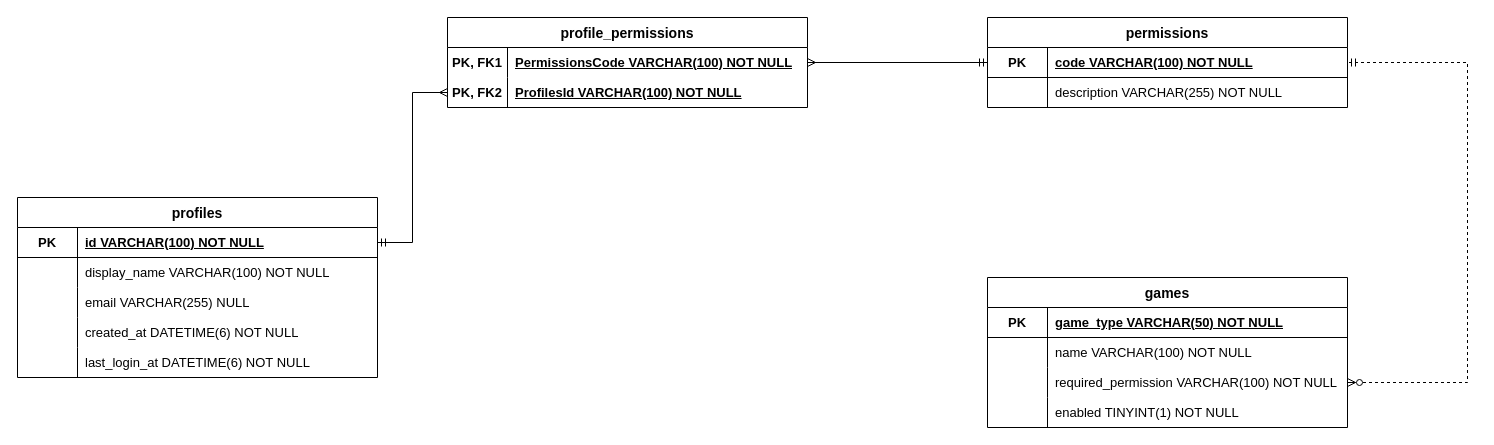
OAiza/battlehub-profile-service keeps this draw.io diagram as docs/diagramas/DiagramaER.drawio. Above is the earlier version. Source tidied: cells renumbered, new cells numbered last; positions are measured from the earlier drawing's top-left corner, leaving out a move shared by most shapes. Both pictures are drawn from the tidied source at 100%, with x=0, y=0 at pixel (17, 17).
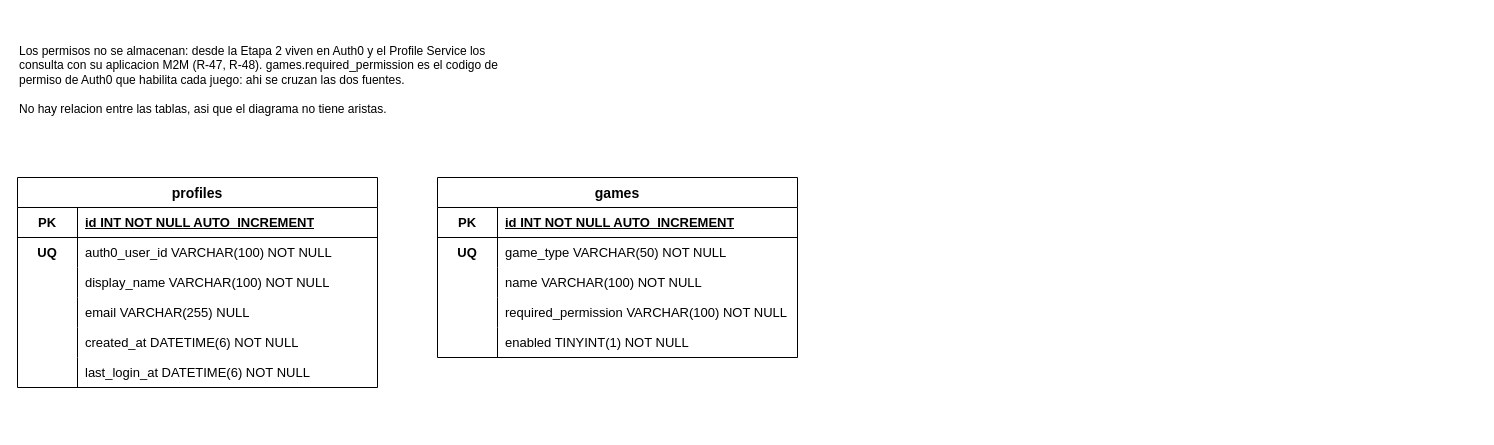
The same page after the edit.

The edit, as a diff of the source:
```diff
@@
+    <mxCell id="48" value="Los permisos no se almacenan: desde la Etapa 2 viven en Auth0 y el Profile Service los&#10;consulta con su aplicacion M2M (R-47, R-48). games.required_permission es el codigo de&#10;permiso de Auth0 que habilita cada juego: ahi se cruzan las dos fuentes.&#10;&#10;No hay relacion entre las tablas, asi que el diagrama no tiene aristas." style="text;html=1;align=left;verticalAlign=top;whiteSpace=wrap;fontSize=12;" parent="1" vertex="1">
+      <mxGeometry y="20" width="740" height="110" as="geometry" />
+    </mxCell>
     <mxCell id="2" value="profiles" style="shape=table;startSize=30;childLayout=tableLayout;rowLines=0;fontStyle=1;align=center;strokeColor=default;fontSize=14;" parent="1" vertex="1">
-      <mxGeometry y="180" width="360" height="180" as="geometry" />
+      <mxGeometry y="160" width="360" height="210" as="geometry" />
     </mxCell>
-    <mxCell id="3" style="shape=tableRow;horizontal=0;startSize=0;swimlaneHead=0;swimlaneBody=0;fillColor=none;points=[[0,0.5],[1,0.5]];portConstraint=eastwest;top=0;left=0;right=0;bottom=1;strokeColor=inherit;fontSize=14;" parent="2" vertex="1">
-      <mxGeometry y="30" width="360" height="30" as="geometry" />
-    </mxCell>
-    <mxCell id="4" value="PK" style="shape=partialRectangle;fillColor=none;top=0;left=0;bottom=0;right=0;fontStyle=1;overflow=hidden;whiteSpace=wrap;html=1;fontSize=13;" parent="3" vertex="1">
-      <mxGeometry width="60" height="30" as="geometry" />
-    </mxCell>
-    <mxCell id="5" value="id VARCHAR(100) NOT NULL" style="shape=partialRectangle;fillColor=none;top=0;left=0;bottom=0;right=0;align=left;spacingLeft=6;fontStyle=5;overflow=hidden;whiteSpace=wrap;html=1;fontSize=13;" parent="3" vertex="1">
-      <mxGeometry x="60" width="300" height="30" as="geometry" />
-    </mxCell>
-    <mxCell id="6" style="shape=tableRow;horizontal=0;startSize=0;swimlaneHead=0;swimlaneBody=0;fillColor=none;top=0;left=0;right=0;bottom=0;strokeColor=inherit;fontSize=14;" parent="2" vertex="1">
-      <mxGeometry y="60" width="360" height="30" as="geometry" />
-    </mxCell>
-    <mxCell id="7" style="shape=partialRectangle;fillColor=none;top=0;left=0;bottom=0;right=0;fontStyle=0;overflow=hidden;whiteSpace=wrap;html=1;fontSize=13;" parent="6" vertex="1">
-      <mxGeometry width="60" height="30" as="geometry" />
-    </mxCell>
+    <mxCell id="49" style="shape=tableRow;horizontal=0;startSize=0;swimlaneHead=0;swimlaneBody=0;fillColor=none;top=0;left=0;right=0;bottom=1;strokeColor=inherit;fontSize=14;" parent="2" vertex="1">
+      <mxGeometry y="30" width="360" height="30" as="geometry" />
+    </mxCell>
+    <mxCell id="50" value="PK" style="shape=partialRectangle;fillColor=none;top=0;left=0;bottom=0;right=0;fontStyle=1;overflow=hidden;whiteSpace=wrap;html=1;fontSize=13;" parent="49" vertex="1">
+      <mxGeometry width="60" height="30" as="geometry" />
+    </mxCell>
+    <mxCell id="51" value="id INT NOT NULL AUTO_INCREMENT" style="shape=partialRectangle;fillColor=none;top=0;left=0;bottom=0;right=0;align=left;spacingLeft=6;fontStyle=5;overflow=hidden;whiteSpace=wrap;html=1;fontSize=13;" parent="49" vertex="1">
+      <mxGeometry x="60" width="300" height="30" as="geometry" />
+    </mxCell>
+    <mxCell id="52" style="shape=tableRow;horizontal=0;startSize=0;swimlaneHead=0;swimlaneBody=0;fillColor=none;top=0;left=0;right=0;bottom=0;strokeColor=inherit;fontSize=14;" parent="2" vertex="1">
+      <mxGeometry y="60" width="360" height="30" as="geometry" />
+    </mxCell>
+    <mxCell id="53" value="UQ" style="shape=partialRectangle;fillColor=none;top=0;left=0;bottom=0;right=0;fontStyle=1;overflow=hidden;whiteSpace=wrap;html=1;fontSize=13;" parent="52" vertex="1">
+      <mxGeometry width="60" height="30" as="geometry" />
+    </mxCell>
+    <mxCell id="54" value="auth0_user_id VARCHAR(100) NOT NULL" style="shape=partialRectangle;fillColor=none;top=0;left=0;bottom=0;right=0;align=left;spacingLeft=6;fontStyle=0;overflow=hidden;whiteSpace=wrap;html=1;fontSize=13;" parent="52" vertex="1">
+      <mxGeometry x="60" width="300" height="30" as="geometry" />
+    </mxCell>
+    <mxCell id="55" style="shape=tableRow;horizontal=0;startSize=0;swimlaneHead=0;swimlaneBody=0;fillColor=none;top=0;left=0;right=0;bottom=0;strokeColor=inherit;fontSize=14;" parent="2" vertex="1">
+      <mxGeometry y="90" width="360" height="30" as="geometry" />
+    </mxCell>
+    <mxCell id="56" style="shape=partialRectangle;fillColor=none;top=0;left=0;bottom=0;right=0;fontStyle=0;overflow=hidden;whiteSpace=wrap;html=1;fontSize=13;" parent="55" vertex="1">
+      <mxGeometry width="60" height="30" as="geometry" />
+    </mxCell>
-    <mxCell id="8" value="display_name VARCHAR(100) NOT NULL" style="shape=partialRectangle;fillColor=none;top=0;left=0;bottom=0;right=0;align=left;spacingLeft=6;fontStyle=0;overflow=hidden;whiteSpace=wrap;html=1;fontSize=13;" parent="6" vertex="1">
+    <mxCell id="8" value="display_name VARCHAR(100) NOT NULL" style="shape=partialRectangle;fillColor=none;top=0;left=0;bottom=0;right=0;align=left;spacingLeft=6;fontStyle=0;overflow=hidden;whiteSpace=wrap;html=1;fontSize=13;" parent="55" vertex="1">
       <mxGeometry x="60" width="300" height="30" as="geometry" />
     </mxCell>
-    <mxCell id="9" style="shape=tableRow;horizontal=0;startSize=0;swimlaneHead=0;swimlaneBody=0;fillColor=none;top=0;left=0;right=0;bottom=0;strokeColor=inherit;fontSize=14;" parent="2" vertex="1">
-      <mxGeometry y="90" width="360" height="30" as="geometry" />
-    </mxCell>
-    <mxCell id="10" style="shape=partialRectangle;fillColor=none;top=0;left=0;bottom=0;right=0;fontStyle=0;overflow=hidden;whiteSpace=wrap;html=1;fontSize=13;" parent="9" vertex="1">
-      <mxGeometry width="60" height="30" as="geometry" />
-    </mxCell>
+    <mxCell id="57" style="shape=tableRow;horizontal=0;startSize=0;swimlaneHead=0;swimlaneBody=0;fillColor=none;top=0;left=0;right=0;bottom=0;strokeColor=inherit;fontSize=14;" parent="2" vertex="1">
+      <mxGeometry y="120" width="360" height="30" as="geometry" />
+    </mxCell>
+    <mxCell id="58" style="shape=partialRectangle;fillColor=none;top=0;left=0;bottom=0;right=0;fontStyle=0;overflow=hidden;whiteSpace=wrap;html=1;fontSize=13;" parent="57" vertex="1">
+      <mxGeometry width="60" height="30" as="geometry" />
+    </mxCell>
-    <mxCell id="11" value="email VARCHAR(255) NULL" style="shape=partialRectangle;fillColor=none;top=0;left=0;bottom=0;right=0;align=left;spacingLeft=6;fontStyle=0;overflow=hidden;whiteSpace=wrap;html=1;fontSize=13;" parent="9" vertex="1">
+    <mxCell id="11" value="email VARCHAR(255) NULL" style="shape=partialRectangle;fillColor=none;top=0;left=0;bottom=0;right=0;align=left;spacingLeft=6;fontStyle=0;overflow=hidden;whiteSpace=wrap;html=1;fontSize=13;" parent="57" vertex="1">
       <mxGeometry x="60" width="300" height="30" as="geometry" />
     </mxCell>
-    <mxCell id="12" style="shape=tableRow;horizontal=0;startSize=0;swimlaneHead=0;swimlaneBody=0;fillColor=none;top=0;left=0;right=0;bottom=0;strokeColor=inherit;fontSize=14;" parent="2" vertex="1">
-      <mxGeometry y="120" width="360" height="30" as="geometry" />
-    </mxCell>
-    <mxCell id="13" style="shape=partialRectangle;fillColor=none;top=0;left=0;bottom=0;right=0;fontStyle=0;overflow=hidden;whiteSpace=wrap;html=1;fontSize=13;" parent="12" vertex="1">
-      <mxGeometry width="60" height="30" as="geometry" />
-    </mxCell>
+    <mxCell id="59" style="shape=tableRow;horizontal=0;startSize=0;swimlaneHead=0;swimlaneBody=0;fillColor=none;top=0;left=0;right=0;bottom=0;strokeColor=inherit;fontSize=14;" parent="2" vertex="1">
+      <mxGeometry y="150" width="360" height="30" as="geometry" />
+    </mxCell>
+    <mxCell id="60" style="shape=partialRectangle;fillColor=none;top=0;left=0;bottom=0;right=0;fontStyle=0;overflow=hidden;whiteSpace=wrap;html=1;fontSize=13;" parent="59" vertex="1">
+      <mxGeometry width="60" height="30" as="geometry" />
+    </mxCell>
-    <mxCell id="14" value="created_at DATETIME(6) NOT NULL" style="shape=partialRectangle;fillColor=none;top=0;left=0;bottom=0;right=0;align=left;spacingLeft=6;fontStyle=0;overflow=hidden;whiteSpace=wrap;html=1;fontSize=13;" parent="12" vertex="1">
+    <mxCell id="14" value="created_at DATETIME(6) NOT NULL" style="shape=partialRectangle;fillColor=none;top=0;left=0;bottom=0;right=0;align=left;spacingLeft=6;fontStyle=0;overflow=hidden;whiteSpace=wrap;html=1;fontSize=13;" parent="59" vertex="1">
       <mxGeometry x="60" width="300" height="30" as="geometry" />
     </mxCell>
-    <mxCell id="15" style="shape=tableRow;horizontal=0;startSize=0;swimlaneHead=0;swimlaneBody=0;fillColor=none;top=0;left=0;right=0;bottom=0;strokeColor=inherit;fontSize=14;" parent="2" vertex="1">
-      <mxGeometry y="150" width="360" height="30" as="geometry" />
-    </mxCell>
-    <mxCell id="16" style="shape=partialRectangle;fillColor=none;top=0;left=0;bottom=0;right=0;fontStyle=0;overflow=hidden;whiteSpace=wrap;html=1;fontSize=13;" parent="15" vertex="1">
-      <mxGeometry width="60" height="30" as="geometry" />
-    </mxCell>
+    <mxCell id="61" style="shape=tableRow;horizontal=0;startSize=0;swimlaneHead=0;swimlaneBody=0;fillColor=none;top=0;left=0;right=0;bottom=0;strokeColor=inherit;fontSize=14;" parent="2" vertex="1">
+      <mxGeometry y="180" width="360" height="30" as="geometry" />
+    </mxCell>
+    <mxCell id="62" style="shape=partialRectangle;fillColor=none;top=0;left=0;bottom=0;right=0;fontStyle=0;overflow=hidden;whiteSpace=wrap;html=1;fontSize=13;" parent="61" vertex="1">
+      <mxGeometry width="60" height="30" as="geometry" />
+    </mxCell>
-    <mxCell id="17" value="last_login_at DATETIME(6) NOT NULL" style="shape=partialRectangle;fillColor=none;top=0;left=0;bottom=0;right=0;align=left;spacingLeft=6;fontStyle=0;overflow=hidden;whiteSpace=wrap;html=1;fontSize=13;" parent="15" vertex="1">
+    <mxCell id="17" value="last_login_at DATETIME(6) NOT NULL" style="shape=partialRectangle;fillColor=none;top=0;left=0;bottom=0;right=0;align=left;spacingLeft=6;fontStyle=0;overflow=hidden;whiteSpace=wrap;html=1;fontSize=13;" parent="61" vertex="1">
       <mxGeometry x="60" width="300" height="30" as="geometry" />
     </mxCell>
-    <mxCell id="18" value="profile_permissions" style="shape=table;startSize=30;childLayout=tableLayout;rowLines=0;fontStyle=1;align=center;strokeColor=default;fontSize=14;" parent="1" vertex="1">
-      <mxGeometry x="430" width="360" height="90" as="geometry" />
-    </mxCell>
-    <mxCell id="19" style="shape=tableRow;horizontal=0;startSize=0;swimlaneHead=0;swimlaneBody=0;fillColor=none;points=[[0,0.5],[1,0.5]];portConstraint=eastwest;top=0;left=0;right=0;bottom=0;strokeColor=inherit;fontSize=14;" parent="18" vertex="1">
-      <mxGeometry y="30" width="360" height="30" as="geometry" />
-    </mxCell>
-    <mxCell id="20" value="PK, FK1" style="shape=partialRectangle;fillColor=none;top=0;left=0;bottom=0;right=0;fontStyle=1;overflow=hidden;whiteSpace=wrap;html=1;fontSize=13;" parent="19" vertex="1">
-      <mxGeometry width="60" height="30" as="geometry" />
-    </mxCell>
-    <mxCell id="21" value="PermissionsCode VARCHAR(100) NOT NULL" style="shape=partialRectangle;fillColor=none;top=0;left=0;bottom=0;right=0;align=left;spacingLeft=6;fontStyle=5;overflow=hidden;whiteSpace=wrap;html=1;fontSize=13;" parent="19" vertex="1">
-      <mxGeometry x="60" width="300" height="30" as="geometry" />
-    </mxCell>
-    <mxCell id="22" style="shape=tableRow;horizontal=0;startSize=0;swimlaneHead=0;swimlaneBody=0;fillColor=none;points=[[0,0.5],[1,0.5]];portConstraint=eastwest;top=0;left=0;right=0;bottom=0;strokeColor=inherit;fontSize=14;" parent="18" vertex="1">
-      <mxGeometry y="60" width="360" height="30" as="geometry" />
-    </mxCell>
-    <mxCell id="23" value="PK, FK2" style="shape=partialRectangle;fillColor=none;top=0;left=0;bottom=0;right=0;fontStyle=1;overflow=hidden;whiteSpace=wrap;html=1;fontSize=13;" parent="22" vertex="1">
-      <mxGeometry width="60" height="30" as="geometry" />
-    </mxCell>
-    <mxCell id="24" value="ProfilesId VARCHAR(100) NOT NULL" style="shape=partialRectangle;fillColor=none;top=0;left=0;bottom=0;right=0;align=left;spacingLeft=6;fontStyle=5;overflow=hidden;whiteSpace=wrap;html=1;fontSize=13;" parent="22" vertex="1">
-      <mxGeometry x="60" width="300" height="30" as="geometry" />
-    </mxCell>
-    <mxCell id="25" value="permissions" style="shape=table;startSize=30;childLayout=tableLayout;rowLines=0;fontStyle=1;align=center;strokeColor=default;fontSize=14;" parent="1" vertex="1">
-      <mxGeometry x="970" width="360" height="90" as="geometry" />
-    </mxCell>
-    <mxCell id="26" style="shape=tableRow;horizontal=0;startSize=0;swimlaneHead=0;swimlaneBody=0;fillColor=none;points=[[0,0.5],[1,0.5]];portConstraint=eastwest;top=0;left=0;right=0;bottom=1;strokeColor=inherit;fontSize=14;" parent="25" vertex="1">
-      <mxGeometry y="30" width="360" height="30" as="geometry" />
-    </mxCell>
-    <mxCell id="27" value="PK" style="shape=partialRectangle;fillColor=none;top=0;left=0;bottom=0;right=0;fontStyle=1;overflow=hidden;whiteSpace=wrap;html=1;fontSize=13;" parent="26" vertex="1">
-      <mxGeometry width="60" height="30" as="geometry" />
-    </mxCell>
-    <mxCell id="28" value="code VARCHAR(100) NOT NULL" style="shape=partialRectangle;fillColor=none;top=0;left=0;bottom=0;right=0;align=left;spacingLeft=6;fontStyle=5;overflow=hidden;whiteSpace=wrap;html=1;fontSize=13;" parent="26" vertex="1">
-      <mxGeometry x="60" width="300" height="30" as="geometry" />
-    </mxCell>
-    <mxCell id="29" style="shape=tableRow;horizontal=0;startSize=0;swimlaneHead=0;swimlaneBody=0;fillColor=none;top=0;left=0;right=0;bottom=0;strokeColor=inherit;fontSize=14;" parent="25" vertex="1">
-      <mxGeometry y="60" width="360" height="30" as="geometry" />
-    </mxCell>
-    <mxCell id="30" style="shape=partialRectangle;fillColor=none;top=0;left=0;bottom=0;right=0;fontStyle=0;overflow=hidden;whiteSpace=wrap;html=1;fontSize=13;" parent="29" vertex="1">
-      <mxGeometry width="60" height="30" as="geometry" />
-    </mxCell>
-    <mxCell id="31" value="description VARCHAR(255) NOT NULL" style="shape=partialRectangle;fillColor=none;top=0;left=0;bottom=0;right=0;align=left;spacingLeft=6;fontStyle=0;overflow=hidden;whiteSpace=wrap;html=1;fontSize=13;" parent="29" vertex="1">
-      <mxGeometry x="60" width="300" height="30" as="geometry" />
-    </mxCell>
     <mxCell id="32" value="games" style="shape=table;startSize=30;childLayout=tableLayout;rowLines=0;fontStyle=1;align=center;strokeColor=default;fontSize=14;" parent="1" vertex="1">
-      <mxGeometry x="970" y="260" width="360" height="150" as="geometry" />
+      <mxGeometry x="420" y="160" width="360" height="180" as="geometry" />
     </mxCell>
-    <mxCell id="33" style="shape=tableRow;horizontal=0;startSize=0;swimlaneHead=0;swimlaneBody=0;fillColor=none;top=0;left=0;right=0;bottom=1;strokeColor=inherit;fontSize=14;" parent="32" vertex="1">
-      <mxGeometry y="30" width="360" height="30" as="geometry" />
-    </mxCell>
-    <mxCell id="34" value="PK" style="shape=partialRectangle;fillColor=none;top=0;left=0;bottom=0;right=0;fontStyle=1;overflow=hidden;whiteSpace=wrap;html=1;fontSize=13;" parent="33" vertex="1">
-      <mxGeometry width="60" height="30" as="geometry" />
-    </mxCell>
+    <mxCell id="63" style="shape=tableRow;horizontal=0;startSize=0;swimlaneHead=0;swimlaneBody=0;fillColor=none;top=0;left=0;right=0;bottom=1;strokeColor=inherit;fontSize=14;" parent="32" vertex="1">
+      <mxGeometry y="30" width="360" height="30" as="geometry" />
+    </mxCell>
+    <mxCell id="64" value="PK" style="shape=partialRectangle;fillColor=none;top=0;left=0;bottom=0;right=0;fontStyle=1;overflow=hidden;whiteSpace=wrap;html=1;fontSize=13;" parent="63" vertex="1">
+      <mxGeometry width="60" height="30" as="geometry" />
+    </mxCell>
+    <mxCell id="65" value="id INT NOT NULL AUTO_INCREMENT" style="shape=partialRectangle;fillColor=none;top=0;left=0;bottom=0;right=0;align=left;spacingLeft=6;fontStyle=5;overflow=hidden;whiteSpace=wrap;html=1;fontSize=13;" parent="63" vertex="1">
+      <mxGeometry x="60" width="300" height="30" as="geometry" />
+    </mxCell>
+    <mxCell id="66" style="shape=tableRow;horizontal=0;startSize=0;swimlaneHead=0;swimlaneBody=0;fillColor=none;top=0;left=0;right=0;bottom=0;strokeColor=inherit;fontSize=14;" parent="32" vertex="1">
+      <mxGeometry y="60" width="360" height="30" as="geometry" />
+    </mxCell>
+    <mxCell id="67" value="UQ" style="shape=partialRectangle;fillColor=none;top=0;left=0;bottom=0;right=0;fontStyle=1;overflow=hidden;whiteSpace=wrap;html=1;fontSize=13;" parent="66" vertex="1">
+      <mxGeometry width="60" height="30" as="geometry" />
+    </mxCell>
-    <mxCell id="35" value="game_type VARCHAR(50) NOT NULL" style="shape=partialRectangle;fillColor=none;top=0;left=0;bottom=0;right=0;align=left;spacingLeft=6;fontStyle=5;overflow=hidden;whiteSpace=wrap;html=1;fontSize=13;" parent="33" vertex="1">
+    <mxCell id="35" value="game_type VARCHAR(50) NOT NULL" style="shape=partialRectangle;fillColor=none;top=0;left=0;bottom=0;right=0;align=left;spacingLeft=6;fontStyle=0;overflow=hidden;whiteSpace=wrap;html=1;fontSize=13;" parent="66" vertex="1">
       <mxGeometry x="60" width="300" height="30" as="geometry" />
     </mxCell>
-    <mxCell id="36" style="shape=tableRow;horizontal=0;startSize=0;swimlaneHead=0;swimlaneBody=0;fillColor=none;top=0;left=0;right=0;bottom=0;strokeColor=inherit;fontSize=14;" parent="32" vertex="1">
-      <mxGeometry y="60" width="360" height="30" as="geometry" />
-    </mxCell>
-    <mxCell id="37" style="shape=partialRectangle;fillColor=none;top=0;left=0;bottom=0;right=0;fontStyle=0;overflow=hidden;whiteSpace=wrap;html=1;fontSize=13;" parent="36" vertex="1">
-      <mxGeometry width="60" height="30" as="geometry" />
-    </mxCell>
+    <mxCell id="68" style="shape=tableRow;horizontal=0;startSize=0;swimlaneHead=0;swimlaneBody=0;fillColor=none;top=0;left=0;right=0;bottom=0;strokeColor=inherit;fontSize=14;" parent="32" vertex="1">
+      <mxGeometry y="90" width="360" height="30" as="geometry" />
+    </mxCell>
+    <mxCell id="69" style="shape=partialRectangle;fillColor=none;top=0;left=0;bottom=0;right=0;fontStyle=0;overflow=hidden;whiteSpace=wrap;html=1;fontSize=13;" parent="68" vertex="1">
+      <mxGeometry width="60" height="30" as="geometry" />
+    </mxCell>
-    <mxCell id="38" value="name VARCHAR(100) NOT NULL" style="shape=partialRectangle;fillColor=none;top=0;left=0;bottom=0;right=0;align=left;spacingLeft=6;fontStyle=0;overflow=hidden;whiteSpace=wrap;html=1;fontSize=13;" parent="36" vertex="1">
+    <mxCell id="38" value="name VARCHAR(100) NOT NULL" style="shape=partialRectangle;fillColor=none;top=0;left=0;bottom=0;right=0;align=left;spacingLeft=6;fontStyle=0;overflow=hidden;whiteSpace=wrap;html=1;fontSize=13;" parent="68" vertex="1">
       <mxGeometry x="60" width="300" height="30" as="geometry" />
     </mxCell>
-    <mxCell id="39" style="shape=tableRow;horizontal=0;startSize=0;swimlaneHead=0;swimlaneBody=0;fillColor=none;points=[[0,0.5],[1,0.5]];portConstraint=eastwest;top=0;left=0;right=0;bottom=0;strokeColor=inherit;fontSize=14;" parent="32" vertex="1">
-      <mxGeometry y="90" width="360" height="30" as="geometry" />
-    </mxCell>
-    <mxCell id="40" style="shape=partialRectangle;fillColor=none;top=0;left=0;bottom=0;right=0;fontStyle=0;overflow=hidden;whiteSpace=wrap;html=1;fontSize=13;" parent="39" vertex="1">
-      <mxGeometry width="60" height="30" as="geometry" />
-    </mxCell>
+    <mxCell id="70" style="shape=tableRow;horizontal=0;startSize=0;swimlaneHead=0;swimlaneBody=0;fillColor=none;top=0;left=0;right=0;bottom=0;strokeColor=inherit;fontSize=14;" parent="32" vertex="1">
+      <mxGeometry y="120" width="360" height="30" as="geometry" />
+    </mxCell>
+    <mxCell id="71" style="shape=partialRectangle;fillColor=none;top=0;left=0;bottom=0;right=0;fontStyle=0;overflow=hidden;whiteSpace=wrap;html=1;fontSize=13;" parent="70" vertex="1">
+      <mxGeometry width="60" height="30" as="geometry" />
+    </mxCell>
-    <mxCell id="41" value="required_permission VARCHAR(100) NOT NULL" style="shape=partialRectangle;fillColor=none;top=0;left=0;bottom=0;right=0;align=left;spacingLeft=6;fontStyle=0;overflow=hidden;whiteSpace=wrap;html=1;fontSize=13;" parent="39" vertex="1">
+    <mxCell id="41" value="required_permission VARCHAR(100) NOT NULL" style="shape=partialRectangle;fillColor=none;top=0;left=0;bottom=0;right=0;align=left;spacingLeft=6;fontStyle=0;overflow=hidden;whiteSpace=wrap;html=1;fontSize=13;" parent="70" vertex="1">
       <mxGeometry x="60" width="300" height="30" as="geometry" />
     </mxCell>
-    <mxCell id="42" style="shape=tableRow;horizontal=0;startSize=0;swimlaneHead=0;swimlaneBody=0;fillColor=none;top=0;left=0;right=0;bottom=0;strokeColor=inherit;fontSize=14;" parent="32" vertex="1">
-      <mxGeometry y="120" width="360" height="30" as="geometry" />
-    </mxCell>
-    <mxCell id="43" style="shape=partialRectangle;fillColor=none;top=0;left=0;bottom=0;right=0;fontStyle=0;overflow=hidden;whiteSpace=wrap;html=1;fontSize=13;" parent="42" vertex="1">
-      <mxGeometry width="60" height="30" as="geometry" />
-    </mxCell>
+    <mxCell id="72" style="shape=tableRow;horizontal=0;startSize=0;swimlaneHead=0;swimlaneBody=0;fillColor=none;top=0;left=0;right=0;bottom=0;strokeColor=inherit;fontSize=14;" parent="32" vertex="1">
+      <mxGeometry y="150" width="360" height="30" as="geometry" />
+    </mxCell>
+    <mxCell id="73" style="shape=partialRectangle;fillColor=none;top=0;left=0;bottom=0;right=0;fontStyle=0;overflow=hidden;whiteSpace=wrap;html=1;fontSize=13;" parent="72" vertex="1">
+      <mxGeometry width="60" height="30" as="geometry" />
+    </mxCell>
-    <mxCell id="44" value="enabled TINYINT(1) NOT NULL" style="shape=partialRectangle;fillColor=none;top=0;left=0;bottom=0;right=0;align=left;spacingLeft=6;fontStyle=0;overflow=hidden;whiteSpace=wrap;html=1;fontSize=13;" parent="42" vertex="1">
+    <mxCell id="44" value="enabled TINYINT(1) NOT NULL" style="shape=partialRectangle;fillColor=none;top=0;left=0;bottom=0;right=0;align=left;spacingLeft=6;fontStyle=0;overflow=hidden;whiteSpace=wrap;html=1;fontSize=13;" parent="72" vertex="1">
       <mxGeometry x="60" width="300" height="30" as="geometry" />
     </mxCell>
-    <mxCell id="45" style="edgeStyle=orthogonalEdgeStyle;rounded=0;html=1;endArrow=ERmany;startArrow=ERmandOne;endFill=0;startFill=0;fontSize=12;" parent="1" edge="1" source="3" target="22">
-      <mxGeometry relative="1" as="geometry" />
-    </mxCell>
-    <mxCell id="46" style="edgeStyle=orthogonalEdgeStyle;rounded=0;html=1;endArrow=ERmany;startArrow=ERmandOne;endFill=0;startFill=0;fontSize=12;" parent="1" edge="1" source="26" target="19">
-      <mxGeometry relative="1" as="geometry" />
-    </mxCell>
-    <mxCell id="47" style="edgeStyle=orthogonalEdgeStyle;rounded=0;html=1;endArrow=ERmandOne;startArrow=ERzeroToMany;endFill=0;startFill=0;fontSize=12;dashed=1;exitX=1;exitY=0.5;entryX=1;entryY=0.5;" parent="1" edge="1" source="39" target="26">
-      <mxGeometry relative="1" as="geometry">
-        <Array as="points">
-          <mxPoint x="1450" y="365" />
-          <mxPoint x="1450" y="45" />
-        </Array>
-      </mxGeometry>
-    </mxCell>
```
